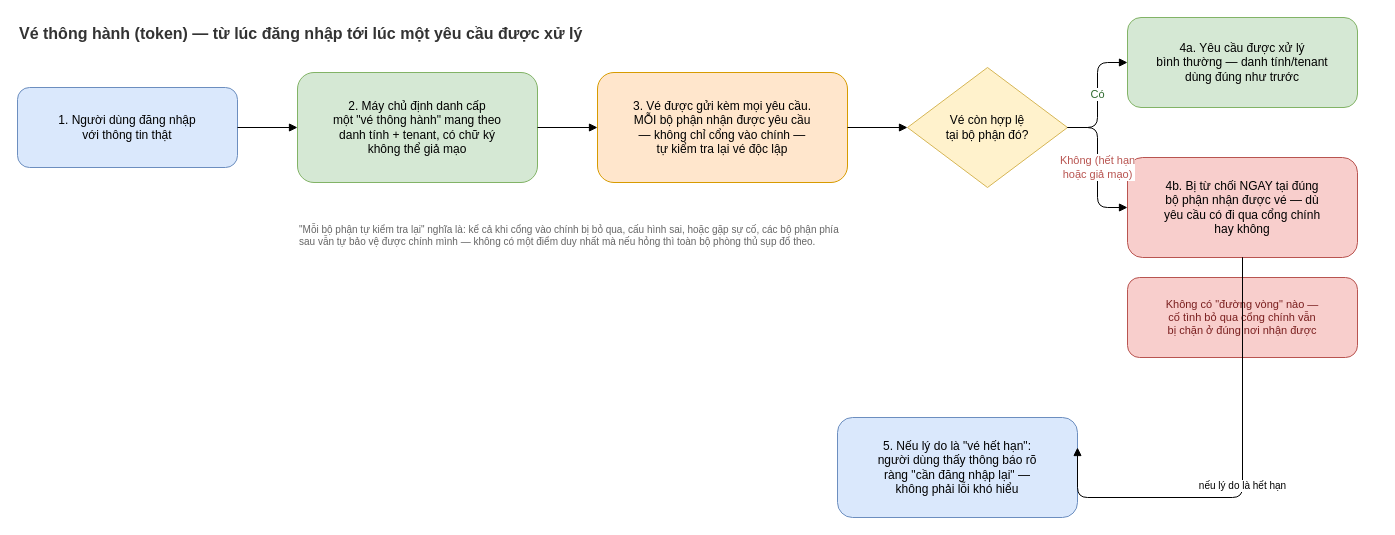
This is docs/diagrams/014-identity-server-flow-nghiep-vu.drawio from nmhieuit/ecommerce, a draw.io file, before an edit. Source tidied: cells renumbered, new cells numbered last; positions are measured from the earlier drawing's top-left corner, leaving out a move shared by most shapes. Both pictures are drawn from the tidied source at 100%, with x=0, y=0 at pixel (17, 17).
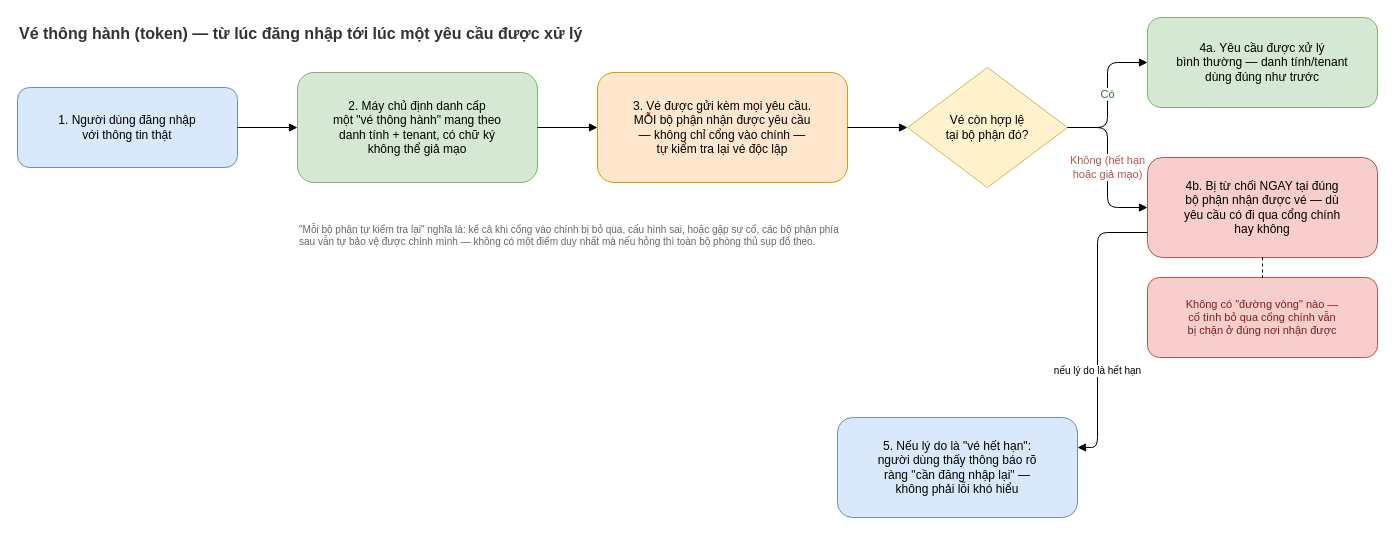
Above is the later version.

The change refers to these unchanged cells:
```xml
<mxCell id="10" value="5. Nếu lý do là &quot;vé hết hạn&quot;:&#10;người dùng thấy thông báo rõ&#10;ràng &quot;cần đăng nhập lại&quot; —&#10;không phải lỗi khó hiểu" style="rounded=1;whiteSpace=wrap;html=1;fillColor=#dae8fc;strokeColor=#6c8ebf;fontSize=12;" parent="1" vertex="1">
  <mxGeometry x="820" y="400" width="240" height="100" as="geometry" />
</mxCell>
```

The edit, as a diff of the source:
```diff
@@
     <mxCell id="7" value="4a. Yêu cầu được xử lý&#10;bình thường — danh tính/tenant&#10;dùng đúng như trước" style="rounded=1;whiteSpace=wrap;html=1;fillColor=#d5e8d4;strokeColor=#82b366;fontSize=12;" parent="1" vertex="1">
-      <mxGeometry x="1110" width="230" height="90" as="geometry" />
+      <mxGeometry x="1130" width="230" height="90" as="geometry" />
     </mxCell>
     <mxCell id="8" value="4b. Bị từ chối NGAY tại đúng&#10;bộ phận nhận được vé — dù&#10;yêu cầu có đi qua cổng chính&#10;hay không" style="rounded=1;whiteSpace=wrap;html=1;fillColor=#f8cecc;strokeColor=#b85450;fontSize=12;" parent="1" vertex="1">
-      <mxGeometry x="1110" y="140" width="230" height="100" as="geometry" />
+      <mxGeometry x="1130" y="140" width="230" height="100" as="geometry" />
     </mxCell>
     <mxCell id="9" value="Không có &quot;đường vòng&quot; nào —&#10;cố tình bỏ qua cổng chính vẫn&#10;bị chặn ở đúng nơi nhận được" style="rounded=1;whiteSpace=wrap;html=1;fillColor=#f8cecc;strokeColor=#b85450;fontSize=11;fontColor=#7a1f1f;" parent="1" vertex="1">
-      <mxGeometry x="1110" y="260" width="230" height="80" as="geometry" />
+      <mxGeometry x="1130" y="260" width="230" height="80" as="geometry" />
     </mxCell>
@@
-    <mxCell id="18" value="nếu lý do là hết hạn" style="edgeStyle=orthogonalEdgeStyle;html=1;endArrow=block;fontSize=10;exitX=0.5;exitY=1;entryX=1;entryY=0.3;" parent="1" edge="1" source="8" target="10">
-      <mxGeometry relative="1" as="geometry">
+    <mxCell id="18" value="nếu lý do là hết hạn" style="edgeStyle=orthogonalEdgeStyle;html=1;endArrow=block;fontSize=10;exitX=0;exitY=0.75;entryX=1;entryY=0.3;exitDx=0;exitDy=0;" parent="1" edge="1" source="8" target="10">
+      <mxGeometry x="0.32" relative="1" as="geometry">
         <Array as="points">
-          <mxPoint x="1225" y="480" />
+          <mxPoint x="1080" y="215" />
+          <mxPoint x="1080" y="430" />
         </Array>
       </mxGeometry>
     </mxCell>
```
